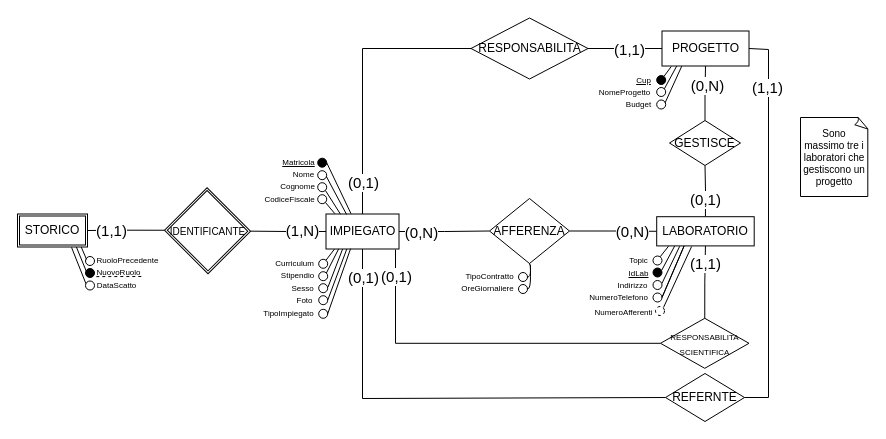
The draw.io diagram DIAGRAMMI E MAPPING/Ristrutturato/Ristrutturato_E:R.drawio in terrecruis/Progetto-Azienda, before the edit. Source tidied: cells renumbered, new cells numbered last; positions are measured from the earlier drawing's top-left corner, leaving out a move shared by most shapes. Both pictures are drawn from the tidied source at 100%, with x=0, y=0 at pixel (17, 17).
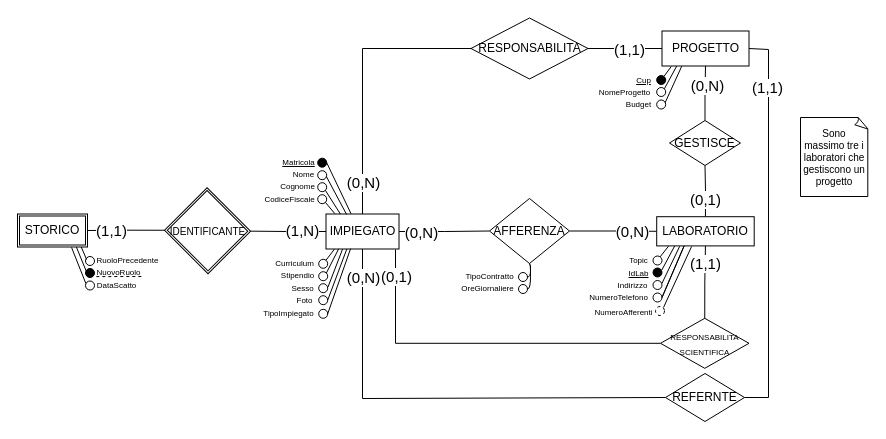
The same diagram, later.

The change refers to these unchanged cells:
```xml
<mxCell id="16" style="edgeStyle=orthogonalEdgeStyle;jettySize=auto;html=1;endArrow=none;endFill=0;rounded=0;labelBackgroundColor=none;fontColor=default;exitX=0.5;exitY=0;exitDx=0;exitDy=0;entryX=0;entryY=0.5;entryDx=0;entryDy=0;" parent="1" edge="1" source="31" target="20">
  <mxGeometry relative="1" as="geometry" />
</mxCell>
<mxCell id="22" style="endArrow=none;html=1;exitX=0.5;exitY=1;exitDx=0;exitDy=0;edgeStyle=orthogonalEdgeStyle;rounded=0;labelBackgroundColor=none;fontColor=default;entryX=0;entryY=0.5;entryDx=0;entryDy=0;" parent="1" edge="1" source="31" target="21">
  <mxGeometry relative="1" as="geometry">
    <Array as="points">
      <mxPoint x="345" y="381" />
    </Array>
  </mxGeometry>
</mxCell>
```

Change to the diagram source:
```diff
@@
-    <mxCell id="17" value="&lt;font style=&quot;font-size: 15px;&quot;&gt;(0,1)&lt;/font&gt;" style="edgeLabel;html=1;align=center;verticalAlign=middle;" parent="16" vertex="1">
+    <mxCell id="17" value="&lt;font style=&quot;font-size: 15px;&quot;&gt;(0,N)&lt;/font&gt;" style="edgeLabel;html=1;align=center;verticalAlign=middle;" parent="16" vertex="1">
       <mxGeometry x="-0.88" y="-2" relative="1" as="geometry">
         <mxPoint x="-2" y="-16" as="offset" />
       </mxGeometry>
     </mxCell>
@@
-    <mxCell id="23" value="(0,1)" style="edgeLabel;html=1;align=center;verticalAlign=middle;fontSize=15;" parent="22" vertex="1">
+    <mxCell id="23" value="(0,N)" style="edgeLabel;html=1;align=center;verticalAlign=middle;fontSize=15;" parent="22" vertex="1">
       <mxGeometry x="-0.9" y="1" relative="1" as="geometry">
         <mxPoint x="-1" y="5" as="offset" />
       </mxGeometry>
     </mxCell>
```
